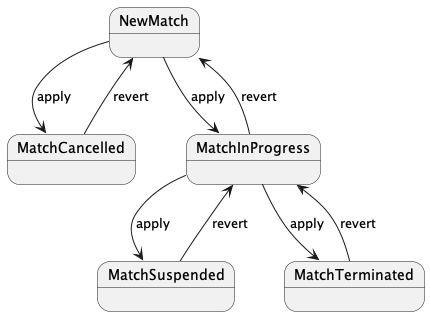
Before: docs/Football_State_Diagram.png, a diagram exported from PlantUML (TristanoSuriani/DeclarativeDesign).
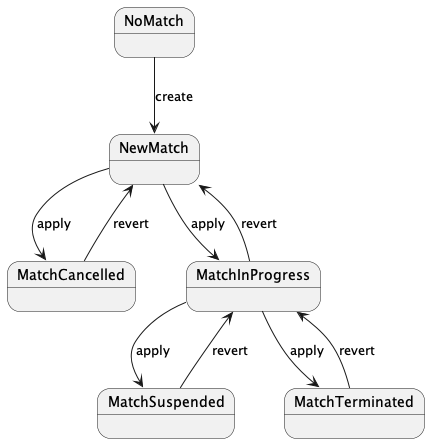
Later version of the same file.

Commit message:
added new use case, made some little changes here in there

Change to the diagram source:
```diff
@@ -1,11 +1,13 @@
 @startuml
 
+state NoMatch
 state NewMatch
 state MatchCancelled
 state MatchInProgress
 state MatchSuspended
 state MatchTerminated
 
+NoMatch -down-> NewMatch : create
 NewMatch -down-> MatchInProgress : apply
 MatchInProgress -up-> NewMatch : revert
 NewMatch -down-> MatchCancelled : apply
```
